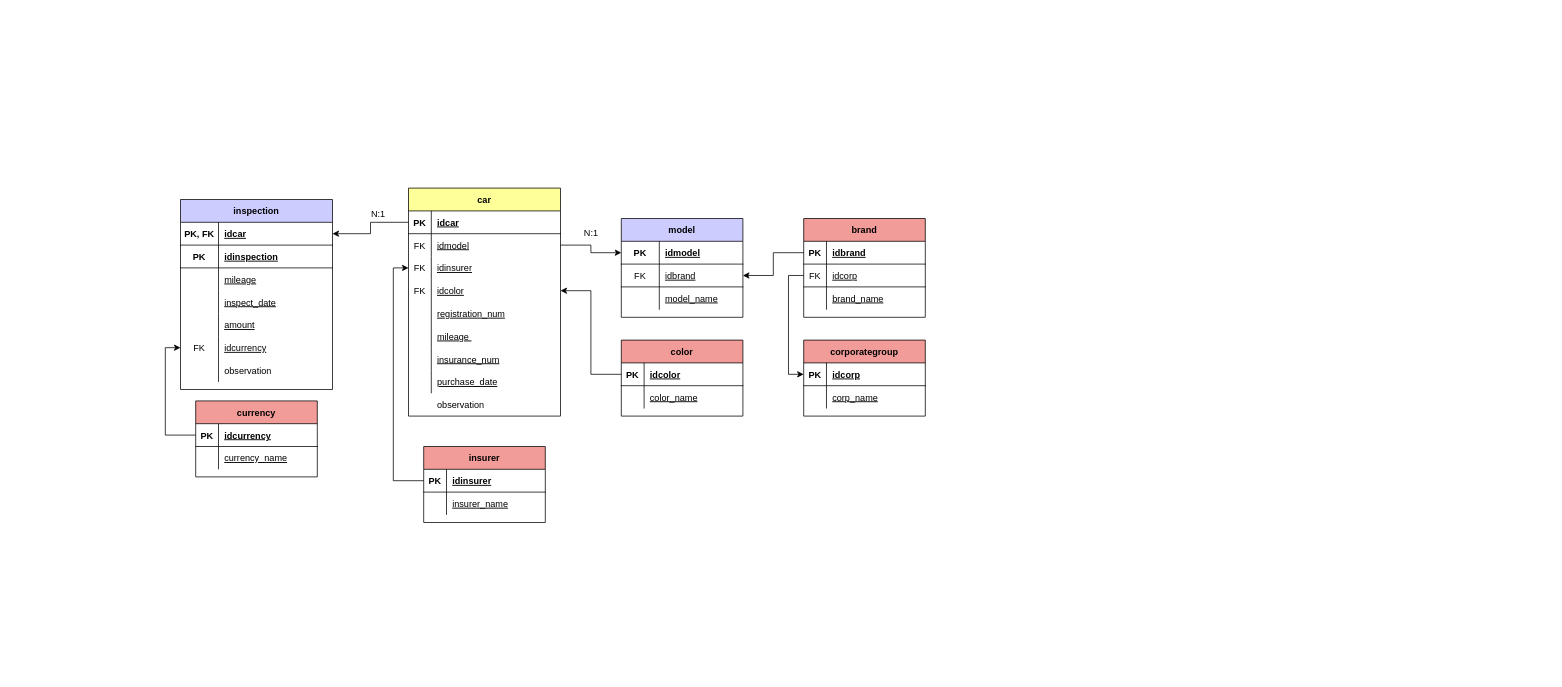
Above: page "Diagrama entidad relación" (1 of 2) of modeloER.drawio in valgz/modelado_datos_sql (draw.io), before the change. Source tidied: cells renumbered, new cells numbered last; positions are measured from the earlier drawing's top-left corner, leaving out a move shared by most shapes. Both pictures are drawn from the tidied source at 76%, with x=0, y=0 at pixel (180, 188).
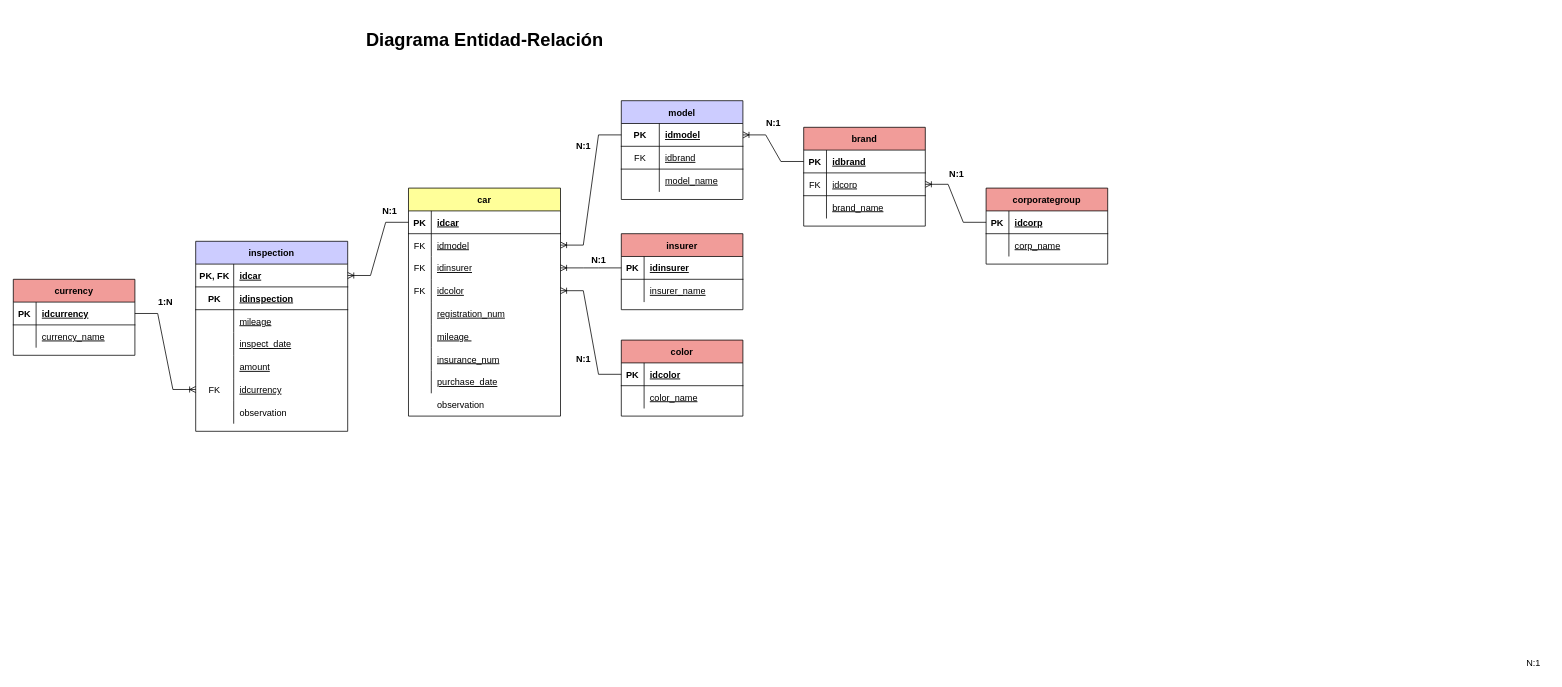
The same page after the edit.

Commit message (it also covers changes not shown here):
Correción cardinalidades diagrama E-R

Unchanged cells that the change refers to:
```xml
<mxCell id="3" style="shape=tableRow;horizontal=0;startSize=0;swimlaneHead=0;swimlaneBody=0;fillColor=none;points=[[0,0.5],[1,0.5]];portConstraint=eastwest;top=0;left=0;right=0;bottom=1;" parent="2" vertex="1">
  <mxGeometry y="30" width="200" height="30" as="geometry" />
</mxCell>
<mxCell id="6" style="shape=tableRow;horizontal=0;startSize=0;swimlaneHead=0;swimlaneBody=0;fillColor=none;points=[[0,0.5],[1,0.5]];portConstraint=eastwest;top=0;left=0;right=0;bottom=0;" parent="2" vertex="1">
  <mxGeometry y="60" width="200" height="30" as="geometry" />
</mxCell>
<mxCell id="9" style="shape=tableRow;horizontal=0;startSize=0;swimlaneHead=0;swimlaneBody=0;fillColor=none;points=[[0,0.5],[1,0.5]];portConstraint=eastwest;top=0;left=0;right=0;bottom=0;" parent="2" vertex="1">
  <mxGeometry y="90" width="200" height="30" as="geometry" />
</mxCell>
<mxCell id="12" style="shape=tableRow;horizontal=0;startSize=0;swimlaneHead=0;swimlaneBody=0;fillColor=none;points=[[0,0.5],[1,0.5]];portConstraint=eastwest;top=0;left=0;right=0;bottom=0;" parent="2" vertex="1">
  <mxGeometry y="120" width="200" height="30" as="geometry" />
</mxCell>
<mxCell id="28" style="shape=tableRow;horizontal=0;startSize=0;swimlaneHead=0;swimlaneBody=0;fillColor=none;points=[[0,0.5],[1,0.5]];portConstraint=eastwest;top=0;left=0;right=0;bottom=1;" parent="27" vertex="1">
  <mxGeometry y="30" width="200" height="30" as="geometry" />
</mxCell>
<mxCell id="43" style="shape=tableRow;horizontal=0;startSize=0;swimlaneHead=0;swimlaneBody=0;fillColor=none;points=[[0,0.5],[1,0.5]];portConstraint=eastwest;top=0;left=0;right=0;bottom=0;" parent="27" vertex="1">
  <mxGeometry y="180" width="200" height="30" as="geometry" />
</mxCell>
<mxCell id="50" style="shape=tableRow;horizontal=0;startSize=0;swimlaneHead=0;swimlaneBody=0;fillColor=none;points=[[0,0.5],[1,0.5]];portConstraint=eastwest;top=0;left=0;right=0;bottom=1;" parent="49" vertex="1">
  <mxGeometry y="30" width="160" height="30" as="geometry" />
</mxCell>
<mxCell id="53" style="shape=tableRow;horizontal=0;startSize=0;swimlaneHead=0;swimlaneBody=0;fillColor=none;points=[[0,0.5],[1,0.5]];portConstraint=eastwest;top=0;left=0;right=0;bottom=1;fontStyle=0;" parent="49" vertex="1">
  <mxGeometry y="60" width="160" height="30" as="geometry" />
</mxCell>
<mxCell id="60" style="shape=tableRow;horizontal=0;startSize=0;swimlaneHead=0;swimlaneBody=0;fillColor=none;points=[[0,0.5],[1,0.5]];portConstraint=eastwest;top=0;left=0;right=0;bottom=1;" parent="59" vertex="1">
  <mxGeometry y="30" width="160" height="30" as="geometry" />
</mxCell>
<mxCell id="69" style="shape=tableRow;horizontal=0;startSize=0;swimlaneHead=0;swimlaneBody=0;fillColor=none;points=[[0,0.5],[1,0.5]];portConstraint=eastwest;top=0;left=0;right=0;bottom=1;" parent="68" vertex="1">
  <mxGeometry y="30" width="160" height="30" as="geometry" />
</mxCell>
<mxCell id="77" style="shape=tableRow;horizontal=0;startSize=0;swimlaneHead=0;swimlaneBody=0;fillColor=none;points=[[0,0.5],[1,0.5]];portConstraint=eastwest;top=0;left=0;right=0;bottom=1;" parent="76" vertex="1">
  <mxGeometry y="30" width="160" height="30" as="geometry" />
</mxCell>
<mxCell id="88" style="shape=tableRow;horizontal=0;startSize=0;swimlaneHead=0;swimlaneBody=0;fillColor=none;points=[[0,0.5],[1,0.5]];portConstraint=eastwest;top=0;left=0;right=0;bottom=1;" parent="87" vertex="1">
  <mxGeometry y="30" width="160" height="30" as="geometry" />
</mxCell>
<mxCell id="96" style="shape=tableRow;horizontal=0;startSize=0;swimlaneHead=0;swimlaneBody=0;fillColor=none;points=[[0,0.5],[1,0.5]];portConstraint=eastwest;top=0;left=0;right=0;bottom=1;" parent="95" vertex="1">
  <mxGeometry y="30" width="160" height="30" as="geometry" />
</mxCell>
<mxCell id="99" style="shape=tableRow;horizontal=0;startSize=0;swimlaneHead=0;swimlaneBody=0;fillColor=none;points=[[0,0.5],[1,0.5]];portConstraint=eastwest;top=0;left=0;right=0;bottom=1;" parent="95" vertex="1">
  <mxGeometry y="60" width="160" height="30" as="geometry" />
</mxCell>
```

What changed in the source:
```diff
@@
     <mxCell id="27" value="inspection" style="shape=table;startSize=30;childLayout=tableLayout;rowLines=0;fontStyle=1;align=center;fillColor=#CCCCFF;" parent="1" vertex="1">
-      <mxGeometry y="15" width="200" height="250" as="geometry" />
+      <mxGeometry x="20" y="70" width="200" height="250" as="geometry" />
     </mxCell>
@@
     <mxCell id="49" value="model" style="shape=table;startSize=30;childLayout=tableLayout;rowLines=0;fontStyle=1;align=center;fillColor=#CCCCFF;" parent="1" vertex="1">
-      <mxGeometry x="580" y="40" width="160" height="130" as="geometry" />
+      <mxGeometry x="580" y="-115" width="160" height="130" as="geometry" />
     </mxCell>
@@
     <mxCell id="59" value="corporategroup" style="shape=table;startSize=30;childLayout=tableLayout;rowLines=0;fontStyle=1;align=center;fillColor=#F19C99;" parent="1" vertex="1">
-      <mxGeometry x="820" y="200" width="160" height="100" as="geometry" />
+      <mxGeometry x="1060" width="160" height="100" as="geometry" />
     </mxCell>
@@
-    <mxCell id="67" value="N:1" style="text;html=1;align=center;verticalAlign=middle;strokeColor=none;fillColor=none;" parent="1" vertex="1">
-      <mxGeometry x="240" y="20" width="40" height="30" as="geometry" />
+    <mxCell id="67" value="&lt;b&gt;N:1&lt;/b&gt;" style="text;html=1;align=center;verticalAlign=middle;strokeColor=none;fillColor=none;" parent="1" vertex="1">
+      <mxGeometry x="255" y="16" width="40" height="30" as="geometry" />
     </mxCell>
     <mxCell id="68" value="currency" style="shape=table;startSize=30;childLayout=tableLayout;rowLines=0;fontStyle=1;align=center;fillColor=#F19C99;" parent="1" vertex="1">
-      <mxGeometry x="20" y="280" width="160" height="100" as="geometry" />
+      <mxGeometry x="-220" y="120" width="160" height="100" as="geometry" />
     </mxCell>
@@
-    <mxCell id="75" style="edgeStyle=orthogonalEdgeStyle;rounded=0;jettySize=auto;html=1;exitX=0;exitY=0.5;exitDx=0;exitDy=0;entryX=0;entryY=0.5;entryDx=0;entryDy=0;" parent="1" edge="1" source="69" target="43">
-      <mxGeometry relative="1" as="geometry" />
-    </mxCell>
     <mxCell id="76" value="insurer" style="shape=table;startSize=30;childLayout=tableLayout;rowLines=0;fontStyle=1;align=center;fillColor=#F19C99;" parent="1" vertex="1">
-      <mxGeometry x="320" y="340" width="160" height="100" as="geometry" />
+      <mxGeometry x="580" y="60" width="160" height="100" as="geometry" />
     </mxCell>
@@
-    <mxCell id="83" style="edgeStyle=orthogonalEdgeStyle;rounded=0;jettySize=auto;html=1;exitX=0;exitY=0.5;exitDx=0;exitDy=0;entryX=0;entryY=0.5;entryDx=0;entryDy=0;" parent="1" edge="1" source="77" target="9">
-      <mxGeometry relative="1" as="geometry" />
-    </mxCell>
-    <mxCell id="84" style="edgeStyle=orthogonalEdgeStyle;rounded=0;jettySize=auto;html=1;exitX=0;exitY=0.5;exitDx=0;exitDy=0;entryX=1;entryY=0.5;entryDx=0;entryDy=0;" parent="1" edge="1" source="3" target="28">
-      <mxGeometry relative="1" as="geometry" />
-    </mxCell>
-    <mxCell id="85" style="edgeStyle=orthogonalEdgeStyle;rounded=0;jettySize=auto;html=1;exitX=1;exitY=0.5;exitDx=0;exitDy=0;entryX=0;entryY=0.5;entryDx=0;entryDy=0;" parent="1" edge="1" source="6" target="50">
-      <mxGeometry relative="1" as="geometry" />
-    </mxCell>
-    <mxCell id="86" value="N:1" style="text;html=1;align=center;verticalAlign=middle;strokeColor=none;fillColor=none;" parent="1" vertex="1">
-      <mxGeometry x="520" y="45" width="40" height="30" as="geometry" />
+    <mxCell id="86" value="&lt;b&gt;N:1&lt;/b&gt;" style="text;html=1;align=center;verticalAlign=middle;strokeColor=none;fillColor=none;" parent="1" vertex="1">
+      <mxGeometry x="510" y="-70" width="40" height="30" as="geometry" />
     </mxCell>
@@
-    <mxCell id="94" style="edgeStyle=orthogonalEdgeStyle;rounded=0;jettySize=auto;html=1;exitX=0;exitY=0.5;exitDx=0;exitDy=0;entryX=1;entryY=0.5;entryDx=0;entryDy=0;" parent="1" edge="1" source="88" target="12">
-      <mxGeometry relative="1" as="geometry" />
-    </mxCell>
     <mxCell id="95" value="brand" style="shape=table;startSize=30;childLayout=tableLayout;rowLines=0;fontStyle=1;align=center;fillColor=#F19C99;" parent="1" vertex="1">
-      <mxGeometry x="820" y="40" width="160" height="130" as="geometry" />
+      <mxGeometry x="820" y="-80" width="160" height="130" as="geometry" />
     </mxCell>
@@
-    <mxCell id="105" style="edgeStyle=orthogonalEdgeStyle;rounded=0;jettySize=auto;html=1;exitX=0;exitY=0.5;exitDx=0;exitDy=0;entryX=1;entryY=0.5;entryDx=0;entryDy=0;" parent="1" edge="1" source="96" target="53">
-      <mxGeometry relative="1" as="geometry" />
-    </mxCell>
@@
-    <mxCell id="109" style="edgeStyle=orthogonalEdgeStyle;rounded=0;jettySize=auto;html=1;exitX=0;exitY=0.5;exitDx=0;exitDy=0;entryX=0;entryY=0.5;entryDx=0;entryDy=0;" parent="1" edge="1" source="99" target="60">
-      <mxGeometry relative="1" as="geometry" />
-    </mxCell>
+    <mxCell id="110" value="&lt;b&gt;N:1&lt;/b&gt;" style="text;html=1;align=center;verticalAlign=middle;strokeColor=none;fillColor=none;" parent="1" vertex="1">
+      <mxGeometry x="530" y="80" width="40" height="30" as="geometry" />
+    </mxCell>
+    <mxCell id="111" value="&lt;b&gt;N:1&lt;/b&gt;" style="text;html=1;align=center;verticalAlign=middle;strokeColor=none;fillColor=none;" parent="1" vertex="1">
+      <mxGeometry x="760" y="-100" width="40" height="30" as="geometry" />
+    </mxCell>
+    <mxCell id="112" value="N:1" style="text;html=1;align=center;verticalAlign=middle;strokeColor=none;fillColor=none;" parent="1" vertex="1">
+      <mxGeometry x="1760" y="610" width="40" height="30" as="geometry" />
+    </mxCell>
+    <mxCell id="113" value="&lt;b&gt;N:1&lt;/b&gt;" style="text;html=1;align=center;verticalAlign=middle;strokeColor=none;fillColor=none;" parent="1" vertex="1">
+      <mxGeometry x="1001" y="-33" width="40" height="30" as="geometry" />
+    </mxCell>
+    <mxCell id="84" style="edgeStyle=entityRelationEdgeStyle;fontSize=12;html=1;endArrow=ERoneToMany;rounded=0;exitX=0;exitY=0.5;exitDx=0;exitDy=0;entryX=1;entryY=0.5;entryDx=0;entryDy=0;" parent="1" edge="1" source="3" target="28">
+      <mxGeometry relative="1" as="geometry" />
+    </mxCell>
+    <mxCell id="114" style="edgeStyle=entityRelationEdgeStyle;fontSize=12;html=1;endArrow=ERoneToMany;rounded=0;exitX=0;exitY=0.5;exitDx=0;exitDy=0;entryX=1;entryY=0.5;entryDx=0;entryDy=0;" parent="1" edge="1" source="50" target="6">
+      <mxGeometry relative="1" as="geometry" />
+    </mxCell>
+    <mxCell id="94" style="edgeStyle=entityRelationEdgeStyle;fontSize=12;html=1;endArrow=ERoneToMany;rounded=0;exitX=0;exitY=0.5;exitDx=0;exitDy=0;entryX=1;entryY=0.5;entryDx=0;entryDy=0;" parent="1" edge="1" source="88" target="12">
+      <mxGeometry relative="1" as="geometry" />
+    </mxCell>
+    <mxCell id="115" value="&lt;b&gt;N:1&lt;/b&gt;" style="text;html=1;align=center;verticalAlign=middle;strokeColor=none;fillColor=none;" parent="1" vertex="1">
+      <mxGeometry x="510" y="210" width="40" height="30" as="geometry" />
+    </mxCell>
+    <mxCell id="83" style="edgeStyle=entityRelationEdgeStyle;fontSize=12;html=1;endArrow=ERoneToMany;rounded=0;exitX=0;exitY=0.5;exitDx=0;exitDy=0;entryX=1;entryY=0.5;entryDx=0;entryDy=0;" parent="1" edge="1" source="77" target="9">
+      <mxGeometry relative="1" as="geometry" />
+    </mxCell>
+    <mxCell id="116" style="edgeStyle=entityRelationEdgeStyle;fontSize=12;html=1;endArrow=ERoneToMany;rounded=0;exitX=0;exitY=0.5;exitDx=0;exitDy=0;entryX=1;entryY=0.5;entryDx=0;entryDy=0;" parent="1" edge="1" source="96" target="50">
+      <mxGeometry relative="1" as="geometry" />
+    </mxCell>
+    <mxCell id="117" style="edgeStyle=entityRelationEdgeStyle;fontSize=12;html=1;endArrow=ERoneToMany;rounded=0;exitX=0;exitY=0.5;exitDx=0;exitDy=0;entryX=1;entryY=0.5;entryDx=0;entryDy=0;" parent="1" edge="1" source="60" target="99">
+      <mxGeometry relative="1" as="geometry" />
+    </mxCell>
+    <mxCell id="75" style="edgeStyle=entityRelationEdgeStyle;fontSize=12;html=1;endArrow=ERoneToMany;rounded=0;entryX=0;entryY=0.5;entryDx=0;entryDy=0;exitX=1;exitY=0.5;exitDx=0;exitDy=0;" parent="1" edge="1" source="69" target="43">
+      <mxGeometry relative="1" as="geometry" />
+    </mxCell>
+    <mxCell id="118" value="&lt;b&gt;1:N&lt;/b&gt;" style="text;html=1;align=center;verticalAlign=middle;strokeColor=none;fillColor=none;" parent="1" vertex="1">
+      <mxGeometry x="-40" y="135" width="40" height="30" as="geometry" />
+    </mxCell>
+    <mxCell id="119" value="&lt;h1&gt;Diagrama Entidad-Relación&lt;/h1&gt;" style="text;html=1;align=center;verticalAlign=middle;strokeColor=none;fillColor=none;" parent="1" vertex="1">
+      <mxGeometry x="230" y="-230" width="340" height="70" as="geometry" />
+    </mxCell>
```
